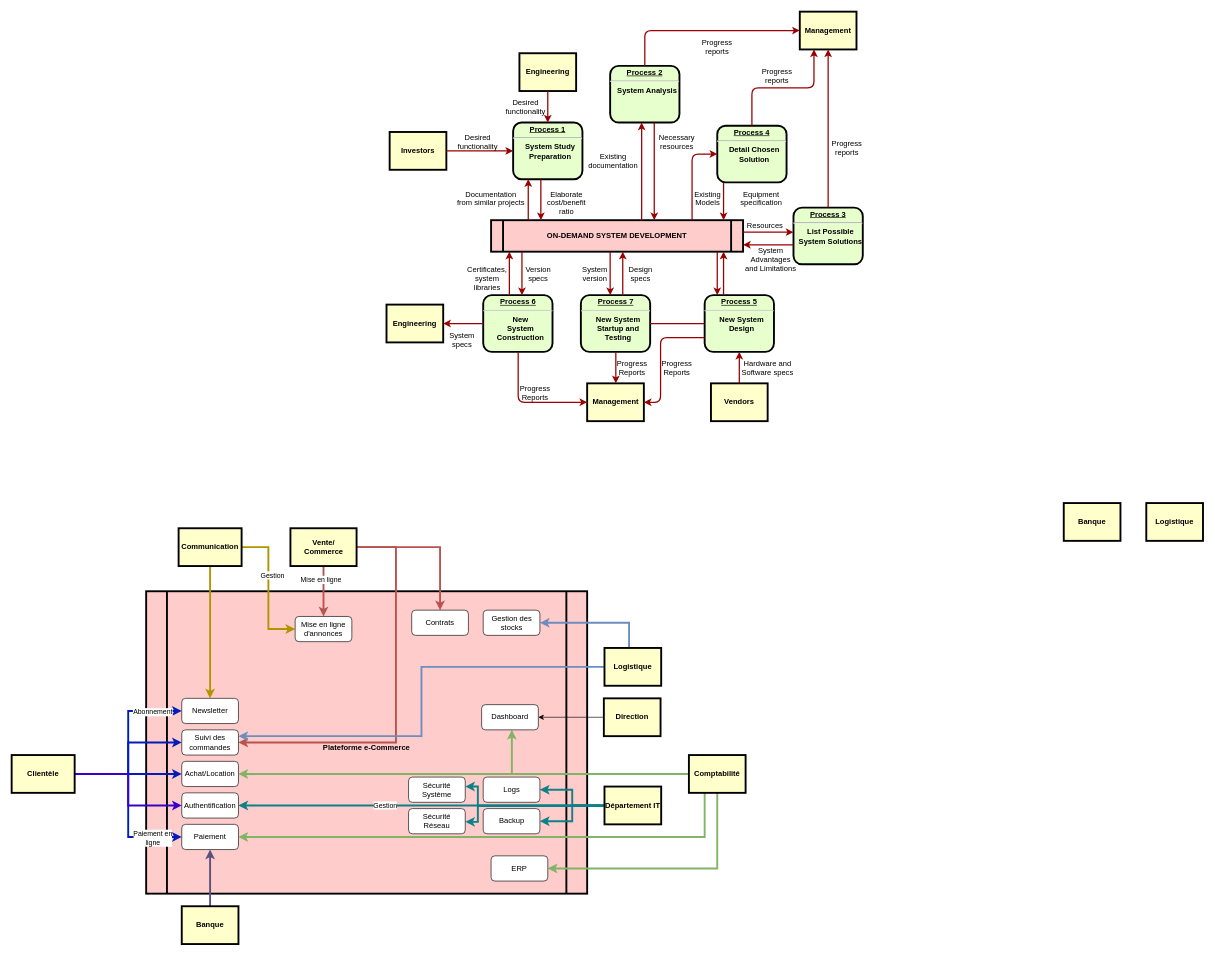
Relthdrarxash/archi_secu keeps this draw.io diagram as archi_fonctionnelle.drawio. Above is the earlier version. Source tidied: cells renumbered, new cells numbered last; positions are measured from the earlier drawing's top-left corner, leaving out a move shared by most shapes. Both pictures are drawn from the tidied source at 63%, with x=0, y=0 at pixel (11, 11).
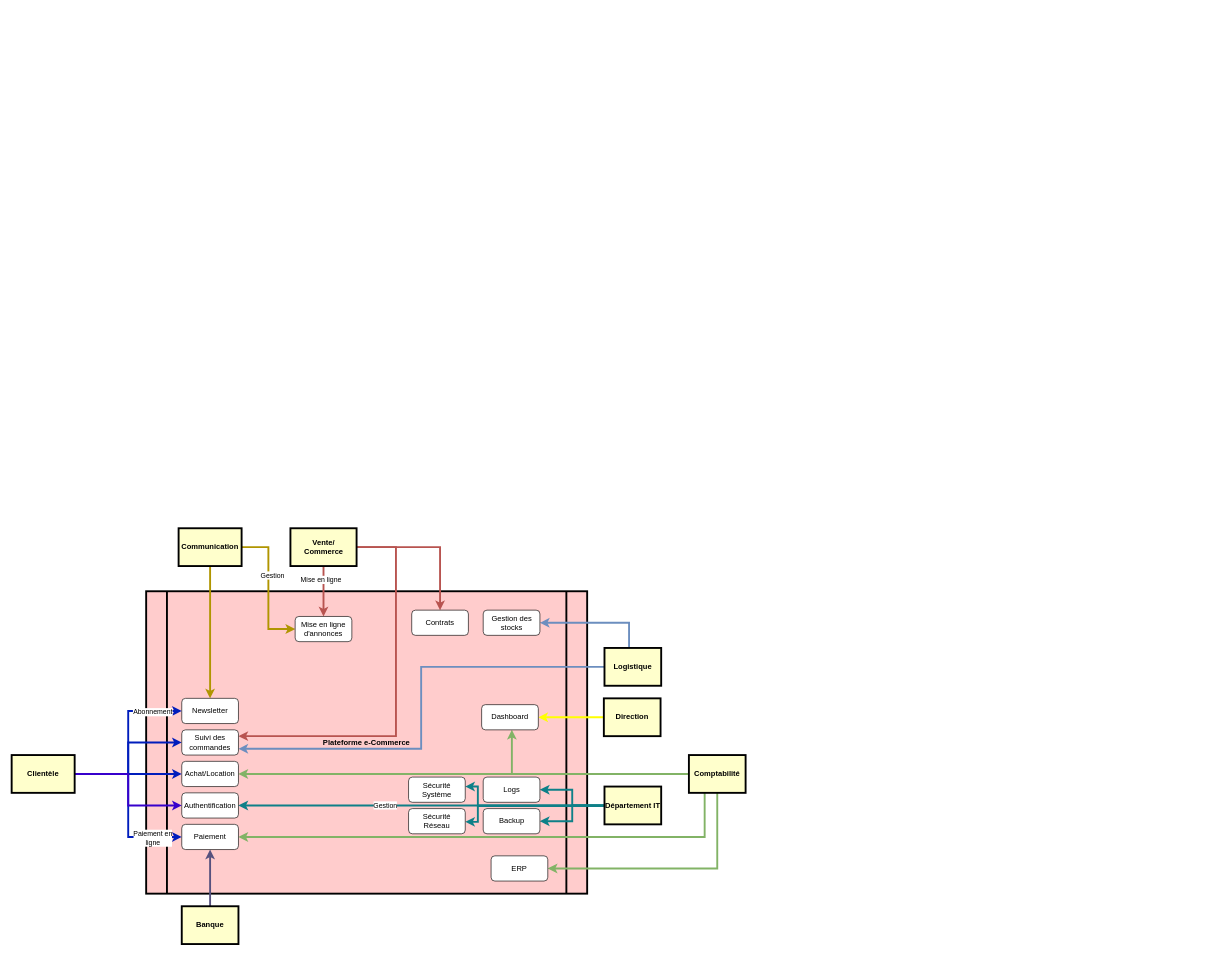
The same diagram, later.

Commit message:
Mettre à jour archi_fonctionnelle.drawio

The change refers to these unchanged cells:
```xml
<mxCell id="69" value="Direction" style="whiteSpace=wrap;align=center;verticalAlign=middle;fontStyle=1;strokeWidth=3;fillColor=#FFFFCC;" parent="1" vertex="1">
  <mxGeometry x="940" y="1090" width="90" height="60" as="geometry" />
</mxCell>
<mxCell id="88" value="Vente/&#10;Commerce" style="whiteSpace=wrap;align=center;verticalAlign=middle;fontStyle=1;strokeWidth=3;fillColor=#FFFFCC;" parent="1" vertex="1">
  <mxGeometry x="442.5" y="820" width="105" height="60" as="geometry" />
</mxCell>
<mxCell id="91" value="Logistique" style="whiteSpace=wrap;align=center;verticalAlign=middle;fontStyle=1;strokeWidth=3;fillColor=#FFFFCC;" parent="1" vertex="1">
  <mxGeometry x="941" y="1010" width="90" height="60" as="geometry" />
</mxCell>
<mxCell id="106" value="Dashboard" style="rounded=1;whiteSpace=wrap;html=1;" parent="1" vertex="1">
  <mxGeometry x="746" y="1100" width="90" height="40" as="geometry" />
</mxCell>
<mxCell id="109" value="Suivi des commandes" style="rounded=1;whiteSpace=wrap;html=1;" parent="1" vertex="1">
  <mxGeometry x="270" y="1140" width="90" height="40" as="geometry" />
</mxCell>
```

Diff of the diagram source:
```diff
@@
-    <mxCell id="2" value="&#10;Plateforme e-Commerce" style="shape=process;whiteSpace=wrap;align=center;verticalAlign=middle;size=0.0475;fontStyle=1;strokeWidth=3;fillColor=#FFCCCC;" parent="1" vertex="1">
+    <mxCell id="2" value="Plateforme e-Commerce" style="shape=process;whiteSpace=wrap;align=center;verticalAlign=middle;size=0.0475;fontStyle=1;strokeWidth=3;fillColor=#FFCCCC;" parent="1" vertex="1">
       <mxGeometry x="213.5" y="920" width="700" height="480" as="geometry" />
     </mxCell>
-    <mxCell id="3" value="&lt;p style=&quot;margin: 0px; margin-top: 4px; text-align: center; text-decoration: underline;&quot;&gt;&lt;strong&gt;Process 1&lt;br /&gt;&lt;/strong&gt;&lt;/p&gt;&lt;hr /&gt;&lt;p style=&quot;margin: 0px; margin-left: 8px;&quot;&gt;System Study&lt;/p&gt;&lt;p style=&quot;margin: 0px; margin-left: 8px;&quot;&gt;Preparation&lt;/p&gt;" style="verticalAlign=middle;align=center;overflow=fill;fontSize=12;fontFamily=Helvetica;html=1;rounded=1;fontStyle=1;strokeWidth=3;fillColor=#E6FFCC;" parent="1" vertex="1">
-      <mxGeometry x="796" y="176" width="110" height="90" as="geometry" />
-    </mxCell>
-    <mxCell id="4" value="Engineering" style="whiteSpace=wrap;align=center;verticalAlign=middle;fontStyle=1;strokeWidth=3;fillColor=#FFFFCC;" parent="1" vertex="1">
-      <mxGeometry x="806" y="66" width="90" height="60" as="geometry" />
-    </mxCell>
-    <mxCell id="5" value="Investors" style="whiteSpace=wrap;align=center;verticalAlign=middle;fontStyle=1;strokeWidth=3;fillColor=#FFFFCC;" parent="1" vertex="1">
-      <mxGeometry x="600" y="191" width="90" height="60" as="geometry" />
-    </mxCell>
-    <mxCell id="6" value="ON-DEMAND SYSTEM DEVELOPMENT" style="shape=process;whiteSpace=wrap;align=center;verticalAlign=middle;size=0.0475;fontStyle=1;strokeWidth=3;fillColor=#FFCCCC;" parent="1" vertex="1">
-      <mxGeometry x="761" y="331" width="400" height="50" as="geometry" />
-    </mxCell>
-    <mxCell id="7" value="&lt;p style=&quot;margin: 0px; margin-top: 4px; text-align: center; text-decoration: underline;&quot;&gt;&lt;strong&gt;Process 2&lt;br /&gt;&lt;/strong&gt;&lt;/p&gt;&lt;hr /&gt;&lt;p style=&quot;margin: 0px; margin-left: 8px;&quot;&gt;System Analysis&lt;/p&gt;" style="verticalAlign=middle;align=center;overflow=fill;fontSize=12;fontFamily=Helvetica;html=1;rounded=1;fontStyle=1;strokeWidth=3;fillColor=#E6FFCC;" parent="1" vertex="1">
-      <mxGeometry x="950" y="86" width="110" height="90" as="geometry" />
-    </mxCell>
-    <mxCell id="8" value="&lt;p style=&quot;margin: 0px; margin-top: 4px; text-align: center; text-decoration: underline;&quot;&gt;&lt;strong&gt;&lt;strong&gt;Process&lt;/strong&gt; 3&lt;br /&gt;&lt;/strong&gt;&lt;/p&gt;&lt;hr /&gt;&lt;p style=&quot;margin: 0px; margin-left: 8px;&quot;&gt;List Possible&lt;/p&gt;&lt;p style=&quot;margin: 0px; margin-left: 8px;&quot;&gt;System Solutions&lt;/p&gt;" style="verticalAlign=middle;align=center;overflow=fill;fontSize=12;fontFamily=Helvetica;html=1;rounded=1;fontStyle=1;strokeWidth=3;fillColor=#E6FFCC;" parent="1" vertex="1">
-      <mxGeometry x="1241" y="311" width="110" height="90" as="geometry" />
-    </mxCell>
-    <mxCell id="9" value="&lt;p style=&quot;margin: 0px; margin-top: 4px; text-align: center; text-decoration: underline;&quot;&gt;&lt;strong&gt;&lt;strong&gt;Process&lt;/strong&gt; 4&lt;br /&gt;&lt;/strong&gt;&lt;/p&gt;&lt;hr /&gt;&lt;p style=&quot;margin: 0px; margin-left: 8px;&quot;&gt;Detail Chosen&lt;/p&gt;&lt;p style=&quot;margin: 0px; margin-left: 8px;&quot;&gt;Solution&lt;/p&gt;" style="verticalAlign=middle;align=center;overflow=fill;fontSize=12;fontFamily=Helvetica;html=1;rounded=1;fontStyle=1;strokeWidth=3;fillColor=#E6FFCC;" parent="1" vertex="1">
-      <mxGeometry x="1120" y="181" width="110" height="90" as="geometry" />
-    </mxCell>
-    <mxCell id="10" value="&lt;p style=&quot;margin: 0px; margin-top: 4px; text-align: center; text-decoration: underline;&quot;&gt;&lt;strong&gt;&lt;strong&gt;Process&lt;/strong&gt; 5&lt;br /&gt;&lt;/strong&gt;&lt;/p&gt;&lt;hr /&gt;&lt;p style=&quot;margin: 0px; margin-left: 8px;&quot;&gt;New System&lt;/p&gt;&lt;p style=&quot;margin: 0px; margin-left: 8px;&quot;&gt;Design&lt;/p&gt;" style="verticalAlign=middle;align=center;overflow=fill;fontSize=12;fontFamily=Helvetica;html=1;rounded=1;fontStyle=1;strokeWidth=3;fillColor=#E6FFCC;" parent="1" vertex="1">
-      <mxGeometry x="1100" y="450" width="110" height="90" as="geometry" />
-    </mxCell>
-    <mxCell id="11" value="&lt;p style=&quot;margin: 0px; margin-top: 4px; text-align: center; text-decoration: underline;&quot;&gt;&lt;strong&gt;&lt;strong&gt;Process&lt;/strong&gt; 6&lt;br /&gt;&lt;/strong&gt;&lt;/p&gt;&lt;hr /&gt;&lt;p style=&quot;margin: 0px; margin-left: 8px;&quot;&gt;New&lt;/p&gt;&lt;p style=&quot;margin: 0px; margin-left: 8px;&quot;&gt;System&lt;/p&gt;&lt;p style=&quot;margin: 0px; margin-left: 8px;&quot;&gt;Construction&lt;/p&gt;" style="verticalAlign=middle;align=center;overflow=fill;fontSize=12;fontFamily=Helvetica;html=1;rounded=1;fontStyle=1;strokeWidth=3;fillColor=#E6FFCC;" parent="1" vertex="1">
-      <mxGeometry x="748.5" y="450" width="110" height="90" as="geometry" />
-    </mxCell>
-    <mxCell id="12" value="Management" style="whiteSpace=wrap;align=center;verticalAlign=middle;fontStyle=1;strokeWidth=3;fillColor=#FFFFCC;" parent="1" vertex="1">
-      <mxGeometry x="1251" width="90" height="60" as="geometry" />
-    </mxCell>
-    <mxCell id="13" value="Management" style="whiteSpace=wrap;align=center;verticalAlign=middle;fontStyle=1;strokeWidth=3;fillColor=#FFFFCC;" parent="1" vertex="1">
-      <mxGeometry x="913.5" y="590" width="90" height="60" as="geometry" />
-    </mxCell>
-    <mxCell id="14" value="Engineering" style="whiteSpace=wrap;align=center;verticalAlign=middle;fontStyle=1;strokeWidth=3;fillColor=#FFFFCC;" parent="1" vertex="1">
-      <mxGeometry x="595" y="465" width="90" height="60" as="geometry" />
-    </mxCell>
-    <mxCell id="15" value="Vendors" style="whiteSpace=wrap;align=center;verticalAlign=middle;fontStyle=1;strokeWidth=3;fillColor=#FFFFCC;" parent="1" vertex="1">
-      <mxGeometry x="1110" y="590" width="90" height="60" as="geometry" />
-    </mxCell>
-    <mxCell id="16" style="edgeStyle=none;noEdgeStyle=1;strokeColor=#990000;strokeWidth=2;" parent="1" edge="1" source="4" target="3">
-      <mxGeometry relative="1" as="geometry" />
-    </mxCell>
-    <mxCell id="17" style="edgeStyle=none;noEdgeStyle=1;strokeColor=#990000;strokeWidth=2;" parent="1" edge="1" source="5" target="3">
-      <mxGeometry relative="1" as="geometry" />
-    </mxCell>
-    <mxCell id="18" value="&lt;p style=&quot;margin: 0px; margin-top: 4px; text-align: center; text-decoration: underline;&quot;&gt;&lt;strong&gt;&lt;strong&gt;Process&lt;/strong&gt; 7&lt;br /&gt;&lt;/strong&gt;&lt;/p&gt;&lt;hr /&gt;&lt;p style=&quot;margin: 0px; margin-left: 8px;&quot;&gt;New System&lt;/p&gt;&lt;p style=&quot;margin: 0px; margin-left: 8px;&quot;&gt;Startup and&lt;/p&gt;&lt;p style=&quot;margin: 0px; margin-left: 8px;&quot;&gt;Testing&lt;/p&gt;" style="verticalAlign=middle;align=center;overflow=fill;fontSize=12;fontFamily=Helvetica;html=1;rounded=1;fontStyle=1;strokeWidth=3;fillColor=#E6FFCC;" parent="1" vertex="1">
-      <mxGeometry x="903.5" y="450" width="110" height="90" as="geometry" />
-    </mxCell>
-    <mxCell id="19" style="endArrow=none;noEdgeStyle=1;strokeColor=#990000;strokeWidth=2;" parent="1" edge="1" source="10" target="18">
-      <mxGeometry relative="1" as="geometry" />
-    </mxCell>
-    <mxCell id="20" value="Desired &#10;functionality" style="text;spacingTop=-5;align=center;" parent="1" vertex="1">
-      <mxGeometry x="725" y="191" width="30" height="20" as="geometry" />
-    </mxCell>
-    <mxCell id="21" value="Desired &#10;functionality" style="text;spacingTop=-5;align=center;" parent="1" vertex="1">
-      <mxGeometry x="801" y="136" width="30" height="20" as="geometry" />
-    </mxCell>
-    <mxCell id="22" value="Documentation&#10;from similar projects" style="text;spacingTop=-5;align=center;" parent="1" vertex="1">
-      <mxGeometry x="746" y="281" width="30" height="20" as="geometry" />
-    </mxCell>
-    <mxCell id="23" style="edgeStyle=elbowEdgeStyle;elbow=horizontal;strokeColor=#990000;strokeWidth=2;" parent="1" edge="1" source="6" target="3">
-      <mxGeometry relative="1" as="geometry">
-        <Array as="points">
-          <mxPoint x="820" y="310" />
-        </Array>
-      </mxGeometry>
-    </mxCell>
-    <mxCell id="24" style="edgeStyle=elbowEdgeStyle;elbow=horizontal;strokeColor=#990000;strokeWidth=2;" parent="1" edge="1" source="3" target="6">
-      <mxGeometry relative="1" as="geometry">
-        <Array as="points">
-          <mxPoint x="840" y="300" />
-        </Array>
-      </mxGeometry>
-    </mxCell>
-    <mxCell id="25" value="Elaborate&#10;cost/benefit&#10;ratio" style="text;spacingTop=-5;align=center;" parent="1" vertex="1">
-      <mxGeometry x="866" y="281" width="30" height="20" as="geometry" />
-    </mxCell>
-    <mxCell id="26" style="edgeStyle=elbowEdgeStyle;elbow=horizontal;strokeColor=#990000;strokeWidth=2;" parent="1" edge="1" source="6" target="7">
-      <mxGeometry relative="1" as="geometry">
-        <Array as="points">
-          <mxPoint x="1000" y="250" />
-        </Array>
-      </mxGeometry>
-    </mxCell>
-    <mxCell id="27" style="edgeStyle=elbowEdgeStyle;elbow=horizontal;strokeColor=#990000;strokeWidth=2;" parent="1" edge="1" source="7" target="6">
-      <mxGeometry relative="1" as="geometry">
-        <Array as="points">
-          <mxPoint x="1020" y="260" />
-        </Array>
-      </mxGeometry>
-    </mxCell>
-    <mxCell id="28" value="Existing&#10;documentation" style="text;spacingTop=-5;align=center;" parent="1" vertex="1">
-      <mxGeometry x="940" y="221" width="30" height="20" as="geometry" />
-    </mxCell>
-    <mxCell id="29" value="Necessary&#10;resources" style="text;spacingTop=-5;align=center;" parent="1" vertex="1">
-      <mxGeometry x="1041" y="191" width="30" height="20" as="geometry" />
-    </mxCell>
-    <mxCell id="30" value="Progress&#10;reports" style="text;spacingTop=-5;align=center;" parent="1" vertex="1">
-      <mxGeometry x="1105" y="40" width="30" height="20" as="geometry" />
-    </mxCell>
-    <mxCell id="31" value="Progress&#10;reports" style="text;spacingTop=-5;align=center;" parent="1" vertex="1">
-      <mxGeometry x="1200" y="86" width="30" height="20" as="geometry" />
-    </mxCell>
-    <mxCell id="32" value="Progress&#10;reports" style="text;spacingTop=-5;align=center;" parent="1" vertex="1">
-      <mxGeometry x="1311" y="201" width="30" height="20" as="geometry" />
-    </mxCell>
-    <mxCell id="33" style="edgeStyle=elbowEdgeStyle;elbow=horizontal;strokeColor=#990000;strokeWidth=2;" parent="1" edge="1" source="7" target="12">
-      <mxGeometry relative="1" as="geometry">
-        <Array as="points">
-          <mxPoint x="1005" y="80" />
-        </Array>
-      </mxGeometry>
-    </mxCell>
-    <mxCell id="34" style="edgeStyle=elbowEdgeStyle;elbow=vertical;entryX=0.25;entryY=1;strokeColor=#990000;strokeWidth=2;" parent="1" edge="1" source="9" target="12">
-      <mxGeometry relative="1" as="geometry" />
-    </mxCell>
-    <mxCell id="35" style="edgeStyle=elbowEdgeStyle;elbow=horizontal;strokeColor=#990000;strokeWidth=2;" parent="1" edge="1" source="8" target="12">
-      <mxGeometry relative="1" as="geometry" />
-    </mxCell>
-    <mxCell id="36" style="edgeStyle=elbowEdgeStyle;elbow=horizontal;strokeColor=#990000;strokeWidth=2;" parent="1" edge="1" source="9" target="6">
-      <mxGeometry relative="1" as="geometry">
-        <Array as="points">
-          <mxPoint x="1130" y="300" />
-        </Array>
-      </mxGeometry>
-    </mxCell>
-    <mxCell id="37" style="edgeStyle=segmentEdgeStyle;strokeColor=#990000;strokeWidth=2;" parent="1" edge="1" source="6" target="9">
-      <mxGeometry relative="1" as="geometry">
-        <Array as="points">
-          <mxPoint x="1080" y="226" />
-        </Array>
-      </mxGeometry>
-    </mxCell>
-    <mxCell id="38" value="Existing&#10;Models" style="text;spacingTop=-5;align=center;" parent="1" vertex="1">
-      <mxGeometry x="1090" y="281" width="30" height="20" as="geometry" />
-    </mxCell>
-    <mxCell id="39" value="Equipment&#10;specification" style="text;spacingTop=-5;align=center;" parent="1" vertex="1">
-      <mxGeometry x="1175" y="281" width="30" height="20" as="geometry" />
-    </mxCell>
-    <mxCell id="40" style="edgeStyle=elbowEdgeStyle;elbow=vertical;strokeColor=#990000;strokeWidth=2;" parent="1" edge="1" source="6" target="8">
-      <mxGeometry relative="1" as="geometry">
-        <Array as="points">
-          <mxPoint x="1210" y="350" />
-        </Array>
-      </mxGeometry>
-    </mxCell>
-    <mxCell id="41" style="edgeStyle=elbowEdgeStyle;elbow=vertical;strokeColor=#990000;strokeWidth=2;" parent="1" edge="1" source="8" target="6">
-      <mxGeometry relative="1" as="geometry">
-        <Array as="points">
-          <mxPoint x="1210" y="370" />
-        </Array>
-      </mxGeometry>
-    </mxCell>
-    <mxCell id="42" value="Resources" style="text;spacingTop=-5;align=center;" parent="1" vertex="1">
-      <mxGeometry x="1181" y="331" width="30" height="20" as="geometry" />
-    </mxCell>
-    <mxCell id="43" value="System &#10;Advantages &#10;and Limitations" style="text;spacingTop=-5;align=center;" parent="1" vertex="1">
-      <mxGeometry x="1190" y="371" width="30" height="20" as="geometry" />
-    </mxCell>
-    <mxCell id="44" style="edgeStyle=elbowEdgeStyle;elbow=horizontal;strokeColor=#990000;strokeWidth=2;" parent="1" edge="1" source="10" target="6">
-      <mxGeometry relative="1" as="geometry">
-        <Array as="points">
-          <mxPoint x="1130" y="410" />
-        </Array>
-      </mxGeometry>
-    </mxCell>
-    <mxCell id="45" style="edgeStyle=elbowEdgeStyle;elbow=horizontal;strokeColor=#990000;strokeWidth=2;" parent="1" edge="1" source="6" target="10">
-      <mxGeometry relative="1" as="geometry">
-        <Array as="points">
-          <mxPoint x="1120" y="420" />
-        </Array>
-      </mxGeometry>
-    </mxCell>
-    <mxCell id="46" style="edgeStyle=elbowEdgeStyle;elbow=horizontal;strokeColor=#990000;strokeWidth=2;" parent="1" edge="1" source="15" target="10">
-      <mxGeometry relative="1" as="geometry" />
-    </mxCell>
-    <mxCell id="47" value="Hardware and&#10;Software specs" style="text;spacingTop=-5;align=center;" parent="1" vertex="1">
-      <mxGeometry x="1185" y="550" width="30" height="20" as="geometry" />
-    </mxCell>
-    <mxCell id="48" style="edgeStyle=elbowEdgeStyle;elbow=horizontal;exitX=0;exitY=0.75;strokeColor=#990000;strokeWidth=2;" parent="1" edge="1" source="10" target="13">
-      <mxGeometry relative="1" as="geometry">
-        <Array as="points">
-          <mxPoint x="1030" y="570" />
-        </Array>
-      </mxGeometry>
-    </mxCell>
-    <mxCell id="49" value="Progress&#10;Reports" style="text;spacingTop=-5;align=center;" parent="1" vertex="1">
-      <mxGeometry x="1041" y="550" width="30" height="20" as="geometry" />
-    </mxCell>
-    <mxCell id="50" style="edgeStyle=elbowEdgeStyle;elbow=horizontal;strokeColor=#990000;strokeWidth=2;" parent="1" edge="1" source="18" target="13">
-      <mxGeometry relative="1" as="geometry" />
-    </mxCell>
-    <mxCell id="51" value="Progress&#10;Reports" style="text;spacingTop=-5;align=center;" parent="1" vertex="1">
-      <mxGeometry x="970" y="550" width="30" height="20" as="geometry" />
-    </mxCell>
-    <mxCell id="52" style="edgeStyle=elbowEdgeStyle;elbow=horizontal;strokeColor=#990000;strokeWidth=2;" parent="1" edge="1" source="11" target="13">
-      <mxGeometry relative="1" as="geometry">
-        <Array as="points">
-          <mxPoint x="804" y="570" />
-        </Array>
-      </mxGeometry>
-    </mxCell>
-    <mxCell id="53" value="Progress&#10;Reports" style="text;spacingTop=-5;align=center;" parent="1" vertex="1">
-      <mxGeometry x="816" y="590" width="30" height="20" as="geometry" />
-    </mxCell>
-    <mxCell id="54" style="edgeStyle=elbowEdgeStyle;elbow=vertical;strokeColor=#990000;strokeWidth=2;" parent="1" edge="1" source="11" target="14">
-      <mxGeometry relative="1" as="geometry" />
-    </mxCell>
-    <mxCell id="55" style="edgeStyle=elbowEdgeStyle;elbow=horizontal;strokeColor=#990000;strokeWidth=2;" parent="1" edge="1" source="6" target="18">
-      <mxGeometry relative="1" as="geometry">
-        <Array as="points">
-          <mxPoint x="950" y="410" />
-        </Array>
-      </mxGeometry>
-    </mxCell>
-    <mxCell id="56" style="edgeStyle=elbowEdgeStyle;elbow=horizontal;strokeColor=#990000;strokeWidth=2;" parent="1" edge="1" source="18" target="6">
-      <mxGeometry relative="1" as="geometry">
-        <Array as="points">
-          <mxPoint x="970" y="410" />
-        </Array>
-      </mxGeometry>
-    </mxCell>
-    <mxCell id="57" value="Version&#10;specs" style="text;spacingTop=-5;align=center;" parent="1" vertex="1">
-      <mxGeometry x="821" y="401" width="30" height="20" as="geometry" />
-    </mxCell>
-    <mxCell id="58" value="Certificates,&#10;system&#10;libraries" style="text;spacingTop=-5;align=center;" parent="1" vertex="1">
-      <mxGeometry x="740" y="401" width="30" height="20" as="geometry" />
-    </mxCell>
-    <mxCell id="59" style="edgeStyle=elbowEdgeStyle;elbow=horizontal;strokeColor=#990000;strokeWidth=2;" parent="1" edge="1" source="6" target="11">
-      <mxGeometry relative="1" as="geometry">
-        <Array as="points">
-          <mxPoint x="810" y="410" />
-        </Array>
-      </mxGeometry>
-    </mxCell>
-    <mxCell id="60" style="edgeStyle=elbowEdgeStyle;elbow=horizontal;strokeColor=#990000;strokeWidth=2;" parent="1" edge="1" source="11" target="6">
-      <mxGeometry relative="1" as="geometry">
-        <Array as="points">
-          <mxPoint x="790" y="410" />
-        </Array>
-      </mxGeometry>
-    </mxCell>
-    <mxCell id="61" value="System&#10;specs" style="text;spacingTop=-5;align=center;" parent="1" vertex="1">
-      <mxGeometry x="700" y="505" width="30" height="20" as="geometry" />
-    </mxCell>
-    <mxCell id="62" value="Design&#10;specs" style="text;spacingTop=-5;align=center;" parent="1" vertex="1">
-      <mxGeometry x="983.5" y="401" width="30" height="20" as="geometry" />
-    </mxCell>
-    <mxCell id="63" value="System&#10;version" style="text;spacingTop=-5;align=center;" parent="1" vertex="1">
-      <mxGeometry x="911" y="401" width="30" height="20" as="geometry" />
-    </mxCell>
@@
-    <mxCell id="68" style="edgeStyle=orthogonalEdgeStyle;rounded=0;jettySize=auto;html=1;entryX=1;entryY=0.5;entryDx=0;entryDy=0;" parent="1" edge="1" source="69" target="106">
+    <mxCell id="68" style="edgeStyle=orthogonalEdgeStyle;rounded=0;jettySize=auto;html=1;entryX=1;entryY=0.5;entryDx=0;entryDy=0;strokeWidth=3;fillColor=#fff2cc;strokeColor=#FFFF00;" parent="1" edge="1" source="69" target="106">
       <mxGeometry relative="1" as="geometry" />
     </mxCell>
@@
-    <mxCell id="77" value="Banque" style="whiteSpace=wrap;align=center;verticalAlign=middle;fontStyle=1;strokeWidth=3;fillColor=#FFFFCC;" parent="1" vertex="1">
-      <mxGeometry x="1670" y="780" width="90" height="60" as="geometry" />
-    </mxCell>
-    <mxCell id="78" value="Logistique" style="whiteSpace=wrap;align=center;verticalAlign=middle;fontStyle=1;strokeWidth=3;fillColor=#FFFFCC;" parent="1" vertex="1">
-      <mxGeometry x="1801" y="780" width="90" height="60" as="geometry" />
-    </mxCell>
@@
-    <mxCell id="86" style="edgeStyle=orthogonalEdgeStyle;rounded=0;jettySize=auto;html=1;entryX=1;entryY=0.5;entryDx=0;entryDy=0;fillColor=#f8cecc;gradientColor=#ea6b66;strokeColor=#b85450;strokeWidth=3;" parent="1" edge="1" source="88" target="109">
+    <mxCell id="86" style="edgeStyle=orthogonalEdgeStyle;rounded=0;jettySize=auto;html=1;entryX=1;entryY=0.25;entryDx=0;entryDy=0;fillColor=#f8cecc;gradientColor=#ea6b66;strokeColor=#b85450;strokeWidth=3;" parent="1" edge="1" source="88" target="109">
       <mxGeometry relative="1" as="geometry">
         <Array as="points">
           <mxPoint x="610" y="850" />
-          <mxPoint x="610" y="1160" />
+          <mxPoint x="610" y="1150" />
         </Array>
       </mxGeometry>
     </mxCell>
@@
-    <mxCell id="90" style="edgeStyle=orthogonalEdgeStyle;rounded=0;jettySize=auto;html=1;entryX=1;entryY=0.25;entryDx=0;entryDy=0;strokeWidth=3;fillColor=#dae8fc;gradientColor=#7ea6e0;strokeColor=#6c8ebf;" parent="1" edge="1" source="91" target="109">
-      <mxGeometry relative="1" as="geometry" />
+    <mxCell id="90" style="edgeStyle=orthogonalEdgeStyle;rounded=0;jettySize=auto;html=1;strokeWidth=3;fillColor=#dae8fc;gradientColor=#7ea6e0;strokeColor=#6c8ebf;entryX=1;entryY=0.75;entryDx=0;entryDy=0;" parent="1" edge="1" source="91" target="109">
+      <mxGeometry relative="1" as="geometry">
+        <Array as="points">
+          <mxPoint x="650" y="1040" />
+          <mxPoint x="650" y="1170" />
+        </Array>
+      </mxGeometry>
     </mxCell>
```
